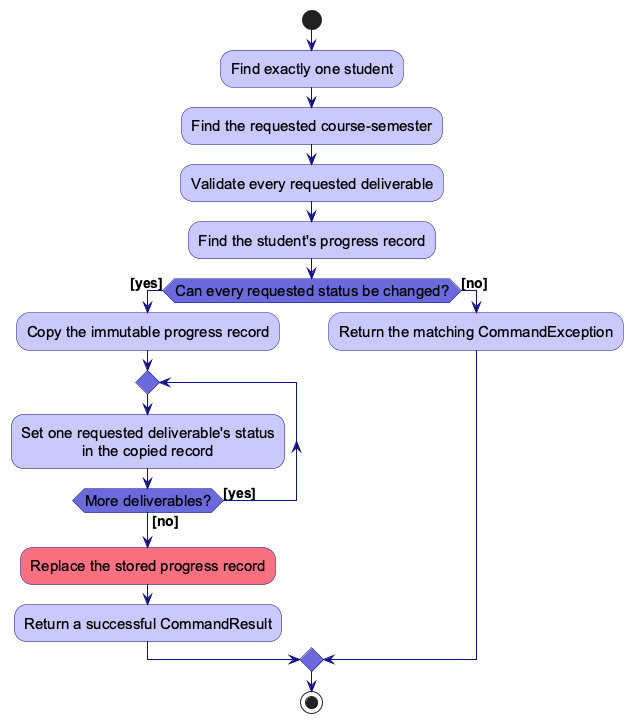
Earlier version of the PlantUML export docs/images/UpdateProgressActivityDiagram.png (AY2627S1-CS2103-F11-1/tp).
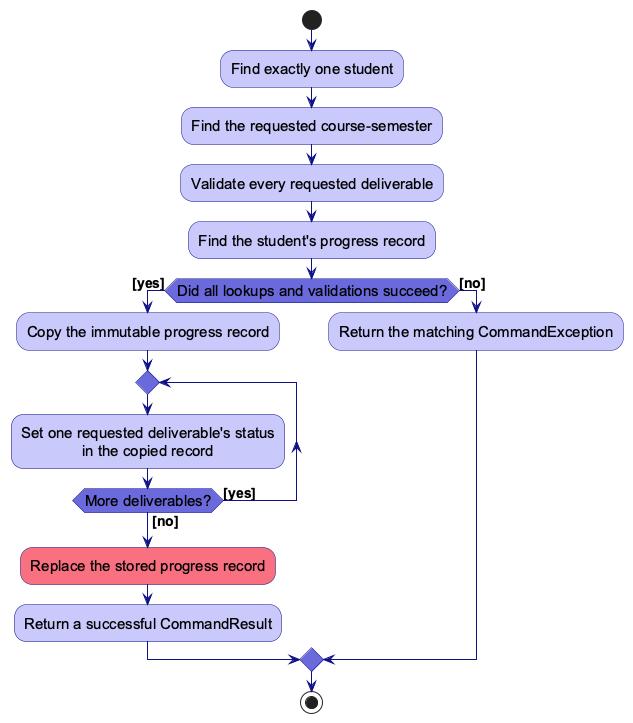
The same diagram one commit later.

Commit message:
Align UML examples with current TAssist data

The edit, as a diff of the source:
```diff
@@ -18,7 +18,7 @@
 :Validate every requested deliverable;
 :Find the student's progress record;
 
-if (Can every requested status be changed?) then ([yes])
+if (Did all lookups and validations succeed?) then ([yes])
   :Copy the immutable progress record;
   repeat
     :Set one requested deliverable's status
```
